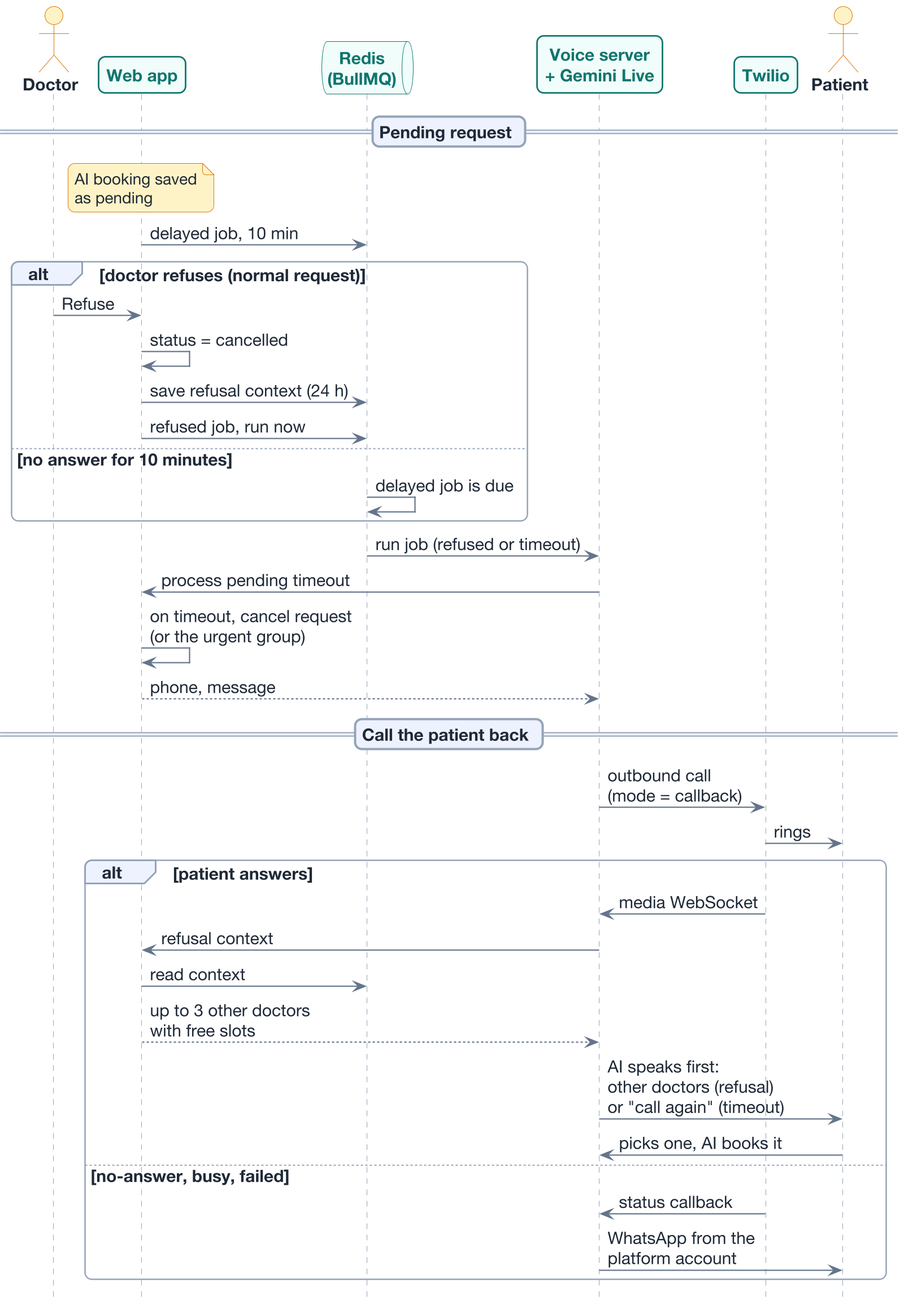
This is images/diagrams/sequence_callback.png from AtriOmar/riaya-report, a PlantUML export, as it was before one commit.
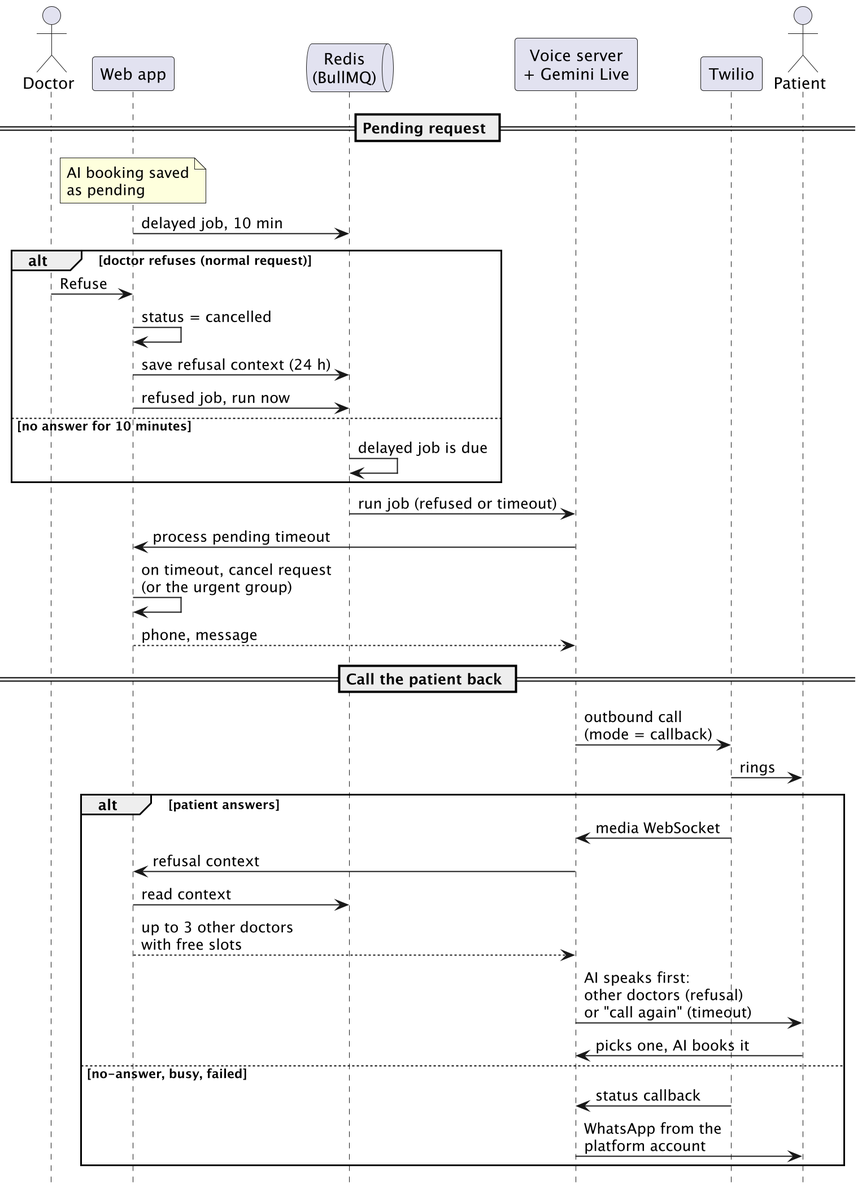
Above is the later version.

Change to the diagram source:
```diff
@@ -1,5 +1,5 @@
 @startuml sequence_callback
-!include riaya_style.iuml
+skinparam dpi 192
 hide footbox
 skinparam maxMessageSize 210
 
```
